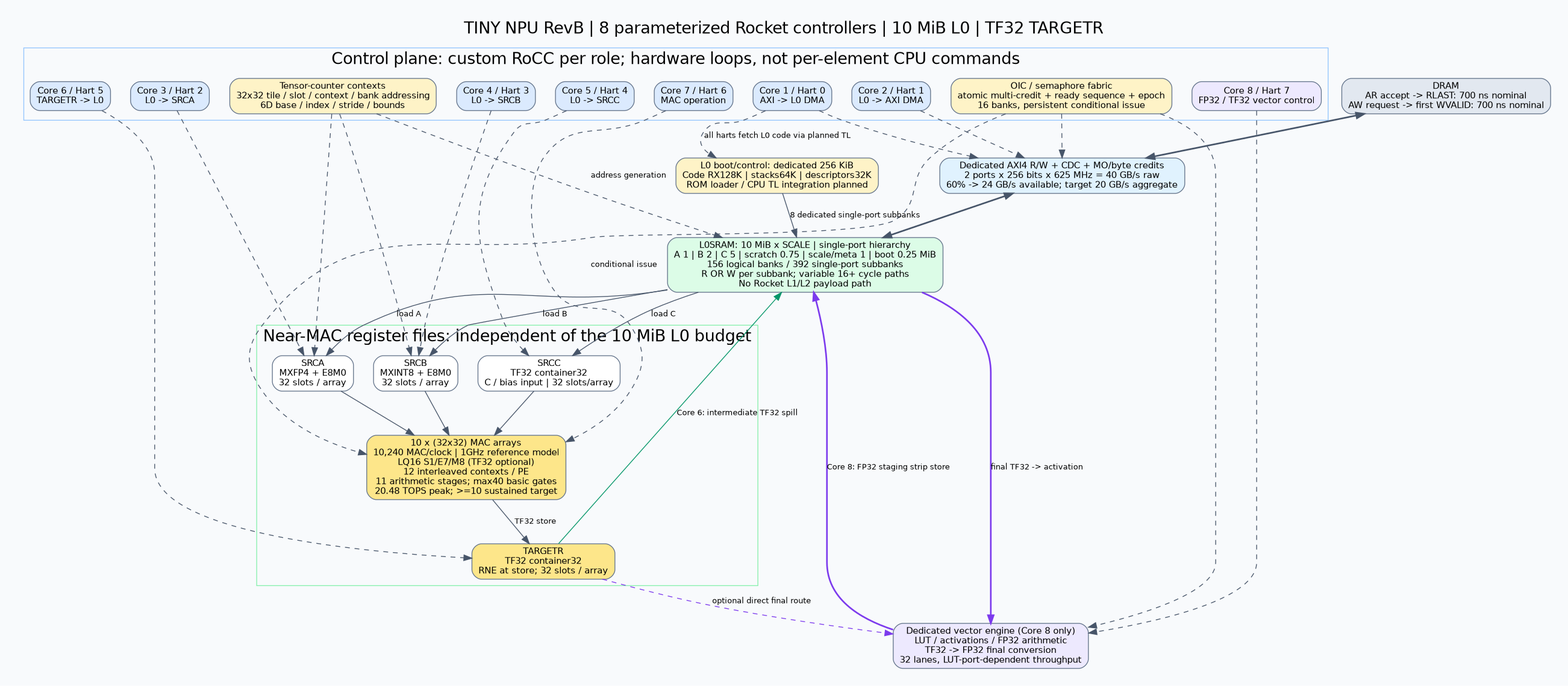
Earlier version of the Graphviz export tiny-npu/architecture/v2/architecture.png (jhroh13/chipyard). Its source is kept beside it as tiny-npu/architecture/v2/architecture.dot.
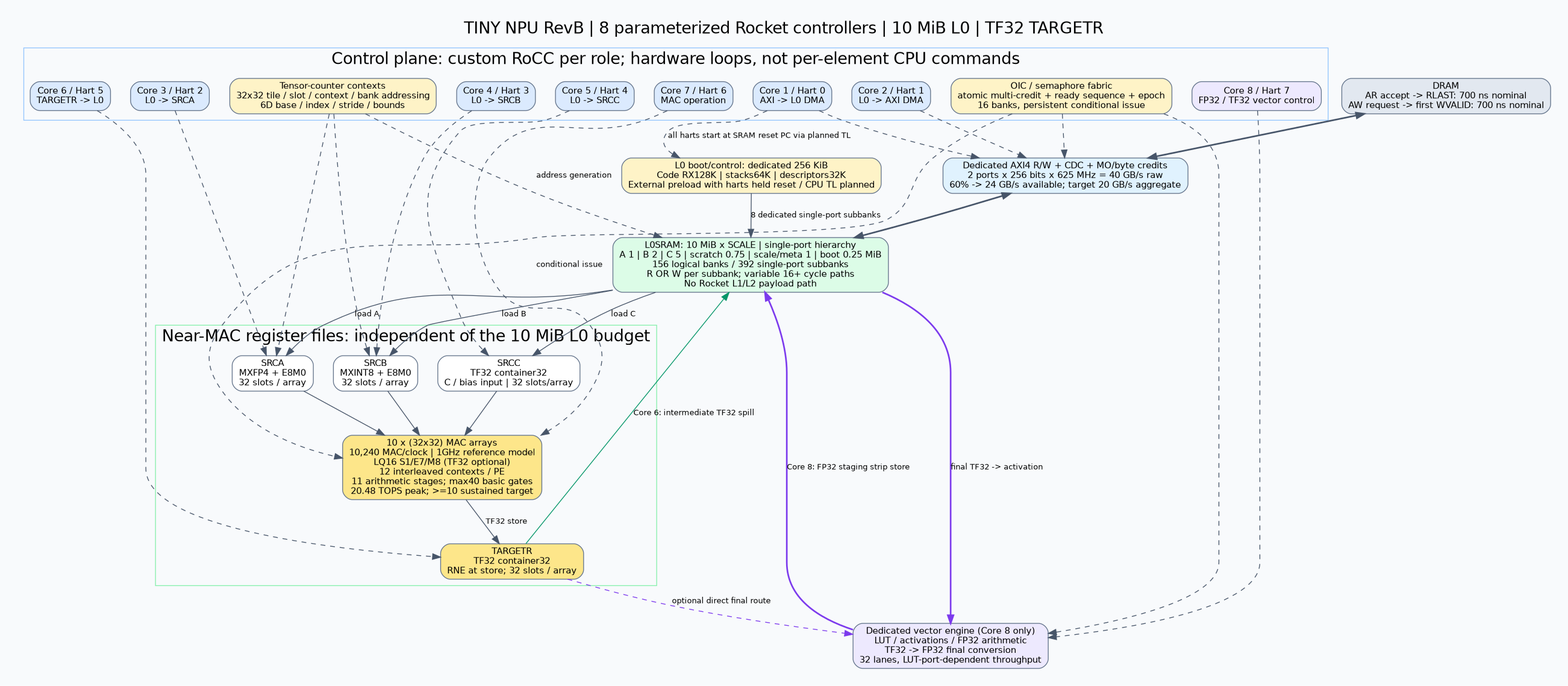
After the commit.

Diff of the diagram source:
```diff
@@ -17,9 +17,9 @@
   tc[label="Tensor-counter contexts\n32x32 tile / slot / context / bank addressing\n6D base / index / stride / bounds",fillcolor="#fef3c7"];
   oic[label="OIC / semaphore fabric\natomic multi-credit + ready sequence + epoch\n16 banks, persistent conditional issue",fillcolor="#fef3c7"];
  }
- boot[label="L0 boot/control: dedicated 256 KiB\nCode RX128K | stacks64K | descriptors32K\nROM loader / CPU TL integration planned",fillcolor="#fef3c7"];
+ boot[label="L0 boot/control: dedicated 256 KiB\nCode RX128K | stacks64K | descriptors32K\nExternal preload with harts held reset / CPU TL planned",fillcolor="#fef3c7"];
  boot -> l0 [label="8 dedicated single-port subbanks"];
- h0 -> boot [style=dashed,label="all harts fetch L0 code via planned TL"];
+ h0 -> boot [style=dashed,label="all harts start at SRAM reset PC via planned TL"];
  dram[label="DRAM\nAR accept -> RLAST: 700 ns nominal\nAW request -> first WVALID: 700 ns nominal",fillcolor="#e2e8f0"];
  dma[label="Dedicated AXI4 R/W + CDC + MO/byte credits\n2 ports x 256 bits x 625 MHz = 40 GB/s raw\n60% -> 24 GB/s available; target 20 GB/s aggregate",fillcolor="#e0f2fe"];
  l0[label="L0SRAM: 10 MiB x SCALE | single-port hierarchy\nA 1 | B 2 | C 5 | scratch 0.75 | scale/meta 1 | boot 0.25 MiB\n156 logical banks / 392 single-port subbanks\nR OR W per subbank; variable 16+ cycle paths\nNo Rocket L1/L2 payload path",fillcolor="#dcfce7"];
```
